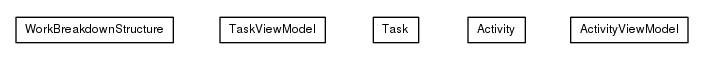
Before: net.ljcomputing.sr2-domain/docs/javadoc/apidocs/net/ljcomputing/sr/model/net.ljcomputing.sr.model.png, a diagram exported from Graphviz (willmorejg/net.ljcomputing.sr2). Its source is kept beside it as net.ljcomputing.sr2-domain/docs/javadoc/apidocs/net/ljcomputing/sr/model/net.ljcomputing.sr.model.dot.
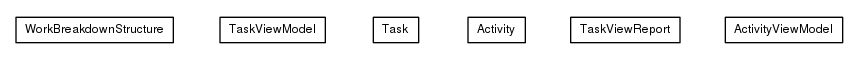
After the change.

The edit, as a diff of the source:
```diff
@@ -24,7 +24,12 @@
 <tr><td align="center" balign="center"> Activity </td></tr>
 		</table></td></tr>
 		</table>>, URL="./Activity.html", fontname="Helvetica", fontcolor="black", fontsize=9.0];
-	c4 [label=<<table title="net.ljcomputing.sr.model.ActivityViewModel" border="0" cellborder="1" cellspacing="0" cellpadding="2" port="p" href="./ActivityViewModel.html">
+	c4 [label=<<table title="net.ljcomputing.sr.model.TaskViewReport" border="0" cellborder="1" cellspacing="0" cellpadding="2" port="p" href="./TaskViewReport.html">
+		<tr><td><table border="0" cellspacing="0" cellpadding="1">
+<tr><td align="center" balign="center"> TaskViewReport </td></tr>
+		</table></td></tr>
+		</table>>, URL="./TaskViewReport.html", fontname="Helvetica", fontcolor="black", fontsize=9.0];
+	c5 [label=<<table title="net.ljcomputing.sr.model.ActivityViewModel" border="0" cellborder="1" cellspacing="0" cellpadding="2" port="p" href="./ActivityViewModel.html">
 		<tr><td><table border="0" cellspacing="0" cellpadding="1">
 <tr><td align="center" balign="center"> ActivityViewModel </td></tr>
 		</table></td></tr>
```
